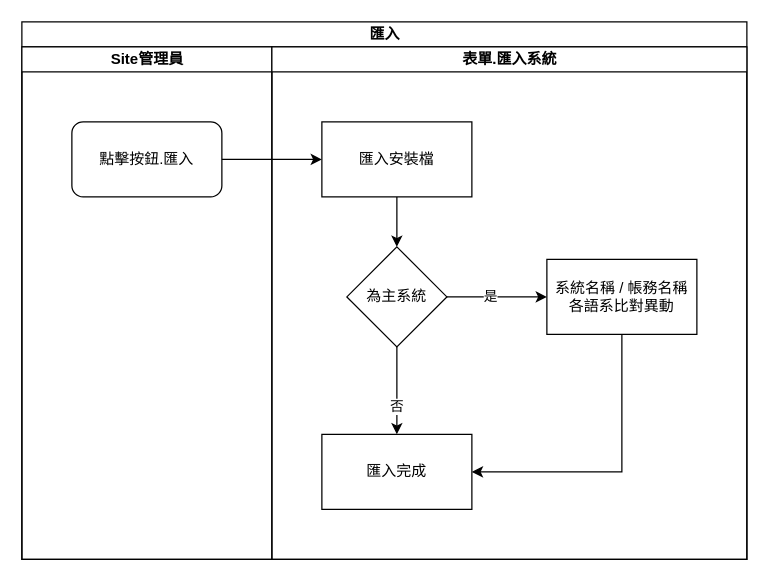
Before: 8.10.0/UPDATE/ITEM_3/RTE/attachment/importObject_Import.drawio in ArcareRD/sadocs, a draw.io diagram. Source tidied: cells renumbered, new cells numbered last; positions are measured from the earlier drawing's top-left corner, leaving out a move shared by most shapes. Both pictures are drawn from the tidied source at 125%, with x=0, y=0 at pixel (21, 21).
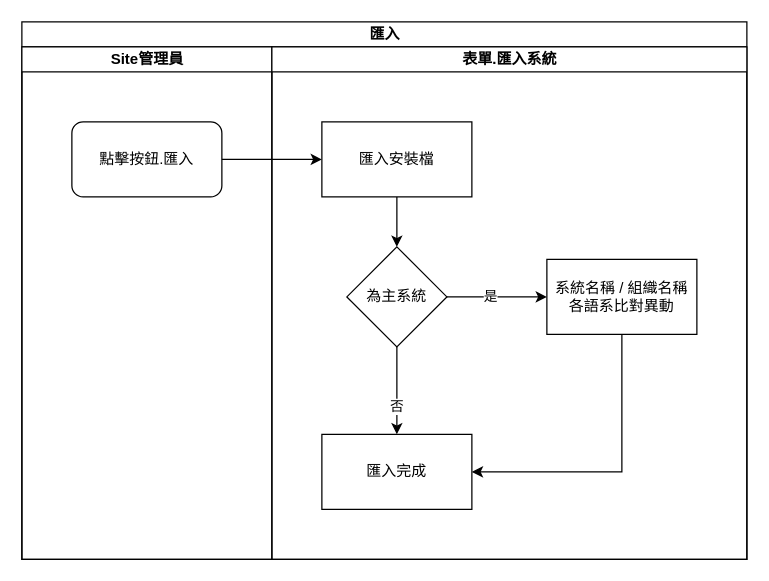
The same diagram, later.

Diff of the diagram source:
```diff
@@
 <mxGraphModel>
   <root>
     <mxCell id="0" />
     <mxCell id="1" parent="0" />
     <mxCell id="2" value="匯入" style="swimlane;html=1;startSize=20;" parent="1" vertex="1">
       <mxGeometry width="580" height="430" as="geometry" />
     </mxCell>
     <mxCell id="3" value="Site管理員" style="swimlane;html=1;startSize=20;" parent="2" vertex="1">
       <mxGeometry y="20" width="200" height="410" as="geometry" />
     </mxCell>
     <mxCell id="4" value="點擊按鈕.匯入" style="rounded=1;whiteSpace=wrap;html=1;" parent="3" vertex="1">
       <mxGeometry x="40" y="60" width="120" height="60" as="geometry" />
     </mxCell>
     <mxCell id="5" style="edgeStyle=orthogonalEdgeStyle;rounded=0;jettySize=auto;html=1;exitX=1;exitY=0.5;exitDx=0;exitDy=0;entryX=0;entryY=0.5;entryDx=0;entryDy=0;" parent="2" edge="1" source="4" target="8">
       <mxGeometry relative="1" as="geometry" />
     </mxCell>
     <mxCell id="6" value="表單.匯入系統" style="swimlane;html=1;startSize=20;" parent="2" vertex="1">
       <mxGeometry x="200" y="20" width="380" height="410" as="geometry" />
     </mxCell>
     <mxCell id="7" style="edgeStyle=orthogonalEdgeStyle;rounded=0;jettySize=auto;html=1;exitX=0.5;exitY=1;exitDx=0;exitDy=0;entryX=0.5;entryY=0;entryDx=0;entryDy=0;" parent="6" edge="1" source="8" target="13">
       <mxGeometry relative="1" as="geometry" />
     </mxCell>
     <mxCell id="8" value="匯入安裝檔" style="rounded=0;whiteSpace=wrap;html=1;" parent="6" vertex="1">
       <mxGeometry x="40" y="60" width="120" height="60" as="geometry" />
     </mxCell>
     <mxCell id="9" style="edgeStyle=orthogonalEdgeStyle;rounded=0;jettySize=auto;html=1;exitX=0.5;exitY=1;exitDx=0;exitDy=0;entryX=0.5;entryY=0;entryDx=0;entryDy=0;" parent="6" edge="1" source="13" target="15">
       <mxGeometry relative="1" as="geometry" />
     </mxCell>
     <mxCell id="10" value="否" style="edgeLabel;html=1;align=center;verticalAlign=middle;" parent="9" vertex="1">
       <mxGeometry x="0.33" y="-1" relative="1" as="geometry" />
     </mxCell>
     <mxCell id="11" style="edgeStyle=orthogonalEdgeStyle;rounded=0;jettySize=auto;html=1;exitX=1;exitY=0.5;exitDx=0;exitDy=0;entryX=0;entryY=0.5;entryDx=0;entryDy=0;" parent="6" edge="1" source="13" target="16">
       <mxGeometry relative="1" as="geometry" />
     </mxCell>
     <mxCell id="12" value="是" style="edgeLabel;html=1;align=center;verticalAlign=middle;" parent="11" vertex="1">
       <mxGeometry x="-0.15" y="1" relative="1" as="geometry" />
     </mxCell>
     <mxCell id="13" value="為主系統" style="rhombus;whiteSpace=wrap;html=1;" parent="6" vertex="1">
       <mxGeometry x="60" y="160" width="80" height="80" as="geometry" />
     </mxCell>
     <mxCell id="14" style="edgeStyle=orthogonalEdgeStyle;rounded=0;jettySize=auto;html=1;exitX=0.5;exitY=1;exitDx=0;exitDy=0;entryX=1;entryY=0.5;entryDx=0;entryDy=0;" parent="6" edge="1" source="16" target="15">
       <mxGeometry relative="1" as="geometry" />
     </mxCell>
     <mxCell id="15" value="匯入完成" style="rounded=0;whiteSpace=wrap;html=1;" parent="6" vertex="1">
       <mxGeometry x="40" y="310" width="120" height="60" as="geometry" />
     </mxCell>
-    <mxCell id="16" value="系統名稱 / 帳務名稱&lt;br&gt;各語系比對異動" style="rounded=0;whiteSpace=wrap;html=1;" parent="6" vertex="1">
+    <mxCell id="16" value="系統名稱 / 組織名稱&lt;br&gt;各語系比對異動" style="rounded=0;whiteSpace=wrap;html=1;" parent="6" vertex="1">
       <mxGeometry x="220" y="170" width="120" height="60" as="geometry" />
     </mxCell>
   </root>
 </mxGraphModel>
```
